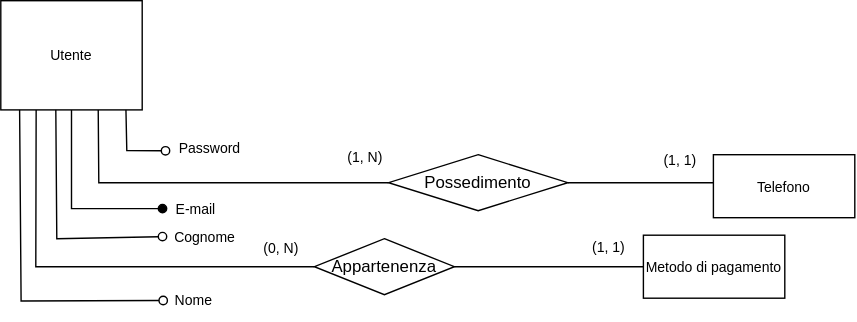
The draw.io diagram latex/resources/svg/page16.svg in eduardz1/Home-Booking, before a commit. Source tidied: cells renumbered, new cells last; positions are measured from the earlier drawing's top-left corner, leaving out a move shared by most shapes. Source of this version:
```xml
<mxGraphModel>
  <root>
    <mxCell id="0" />
    <mxCell id="1" parent="0" />
    <mxCell id="2" style="endArrow=none;html=1;rounded=0;align=center;verticalAlign=top;endFill=0;labelBackgroundColor=none;endSize=6;startArrow=oval;startFill=0;fontSize=10;entryX=0.389;entryY=0.988;entryDx=0;entryDy=0;exitX=0;exitY=0.5;exitDx=0;exitDy=0;entryPerimeter=0;" parent="1" edge="1" source="9" target="20">
      <mxGeometry relative="1" as="geometry">
        <Array as="points">
          <mxPoint x="40" y="170" />
        </Array>
      </mxGeometry>
    </mxCell>
    <mxCell id="3" style="endArrow=none;html=1;rounded=0;align=center;verticalAlign=top;endFill=0;labelBackgroundColor=none;endSize=6;startArrow=none;startFill=0;fontSize=10;exitX=0;exitY=0.5;exitDx=0;exitDy=0;entryX=0.689;entryY=0.999;entryDx=0;entryDy=0;entryPerimeter=0;" parent="1" edge="1" source="14" target="20">
      <mxGeometry relative="1" as="geometry">
        <Array as="points">
          <mxPoint x="70" y="130" />
        </Array>
      </mxGeometry>
    </mxCell>
    <mxCell id="4" value="(1, N)" style="edgeLabel;html=1;align=center;verticalAlign=middle;fontSize=10;rounded=0;" parent="3" vertex="1">
      <mxGeometry x="-0.53" relative="1" as="geometry">
        <mxPoint x="43" y="-18" as="offset" />
      </mxGeometry>
    </mxCell>
    <mxCell id="5" style="endArrow=none;html=1;rounded=0;align=center;verticalAlign=top;endFill=0;labelBackgroundColor=none;endSize=6;startArrow=none;startFill=0;fontSize=10;exitX=0;exitY=0.5;exitDx=0;exitDy=0;entryX=0.25;entryY=1;entryDx=0;entryDy=0;" parent="1" edge="1" source="15" target="20">
      <mxGeometry relative="1" as="geometry">
        <Array as="points">
          <mxPoint x="25" y="190" />
        </Array>
      </mxGeometry>
    </mxCell>
    <mxCell id="6" value="(0, N)" style="edgeLabel;html=1;align=center;verticalAlign=middle;fontSize=10;rounded=0;" parent="5" vertex="1">
      <mxGeometry x="-0.48" y="2" relative="1" as="geometry">
        <mxPoint x="57" y="-15" as="offset" />
      </mxGeometry>
    </mxCell>
    <mxCell id="7" style="endArrow=none;html=1;rounded=0;align=center;verticalAlign=top;endFill=0;labelBackgroundColor=none;endSize=6;startArrow=oval;startFill=0;fontSize=10;entryX=0.133;entryY=0.988;entryDx=0;entryDy=0;exitX=0;exitY=0.5;exitDx=0;exitDy=0;entryPerimeter=0;" parent="1" edge="1" source="11" target="20">
      <mxGeometry relative="1" as="geometry">
        <Array as="points">
          <mxPoint x="14.5" y="214.5" />
        </Array>
      </mxGeometry>
    </mxCell>
    <mxCell id="8" style="endArrow=none;html=1;rounded=0;align=center;verticalAlign=top;endFill=0;labelBackgroundColor=none;endSize=6;startArrow=oval;startFill=1;fontSize=10;exitX=0;exitY=0.5;exitDx=0;exitDy=0;entryX=0.5;entryY=1;entryDx=0;entryDy=0;" parent="1" edge="1" source="10" target="20">
      <mxGeometry relative="1" as="geometry">
        <Array as="points">
          <mxPoint x="50.5" y="148.5" />
        </Array>
      </mxGeometry>
    </mxCell>
    <mxCell id="9" value="Cognome" style="text;html=1;strokeColor=none;fillColor=none;align=center;verticalAlign=middle;whiteSpace=wrap;rounded=0;labelBackgroundColor=none;labelBorderColor=none;fontSize=10;" parent="1" vertex="1">
      <mxGeometry x="115.5" y="155" width="60" height="27" as="geometry" />
    </mxCell>
    <mxCell id="10" value="E-mail" style="text;html=1;strokeColor=none;fillColor=none;align=center;verticalAlign=middle;whiteSpace=wrap;rounded=0;labelBackgroundColor=none;labelBorderColor=none;fontSize=10;" parent="1" vertex="1">
      <mxGeometry x="115.5" y="135" width="47" height="27" as="geometry" />
    </mxCell>
    <mxCell id="11" value="Nome" style="text;html=1;strokeColor=none;fillColor=none;align=center;verticalAlign=middle;whiteSpace=wrap;rounded=0;labelBackgroundColor=none;labelBorderColor=none;fontSize=10;" parent="1" vertex="1">
      <mxGeometry x="116" y="199.5" width="44" height="29.3" as="geometry" />
    </mxCell>
    <mxCell id="12" value="Password" style="text;html=1;strokeColor=none;fillColor=none;align=center;verticalAlign=middle;whiteSpace=wrap;rounded=0;labelBackgroundColor=none;labelBorderColor=none;fontSize=10;" parent="1" vertex="1">
      <mxGeometry x="117" y="90" width="65" height="29.3" as="geometry" />
    </mxCell>
    <mxCell id="13" style="endArrow=none;html=1;rounded=0;align=center;verticalAlign=top;endFill=0;labelBackgroundColor=none;endSize=6;startArrow=oval;startFill=0;fontSize=10;entryX=0.885;entryY=0.995;entryDx=0;entryDy=0;exitX=0.01;exitY=0.588;exitDx=0;exitDy=0;exitPerimeter=0;entryPerimeter=0;" parent="1" edge="1" source="12" target="20">
      <mxGeometry relative="1" as="geometry">
        <Array as="points">
          <mxPoint x="90" y="107" />
        </Array>
      </mxGeometry>
    </mxCell>
    <mxCell id="14" value="Possedimento" style="rhombus;whiteSpace=wrap;html=1;" parent="1" vertex="1">
      <mxGeometry x="277" y="110" width="128" height="40" as="geometry" />
    </mxCell>
    <mxCell id="15" value="Appartenenza" style="rhombus;whiteSpace=wrap;html=1;" parent="1" vertex="1">
      <mxGeometry x="224" y="170" width="100" height="40" as="geometry" />
    </mxCell>
    <mxCell id="16" style="endArrow=none;html=1;rounded=0;align=center;verticalAlign=top;endFill=0;labelBackgroundColor=none;endSize=6;startArrow=none;startFill=0;fontSize=10;entryX=1;entryY=0.5;entryDx=0;entryDy=0;" parent="1" edge="1" target="14">
      <mxGeometry relative="1" as="geometry">
        <mxPoint x="509" y="130" as="sourcePoint" />
      </mxGeometry>
    </mxCell>
    <mxCell id="17" style="endArrow=none;html=1;rounded=0;align=center;verticalAlign=top;endFill=0;labelBackgroundColor=none;endSize=6;startArrow=none;startFill=0;fontSize=10;entryX=1;entryY=0.5;entryDx=0;entryDy=0;exitX=0;exitY=0.5;exitDx=0;exitDy=0;" parent="1" edge="1" source="18" target="15">
      <mxGeometry relative="1" as="geometry" />
    </mxCell>
    <mxCell id="18" value="Metodo di pagamento" style="rounded=0;whiteSpace=wrap;html=1;fontSize=10;" parent="1" vertex="1">
      <mxGeometry x="459" y="167.5" width="101" height="45" as="geometry" />
    </mxCell>
    <mxCell id="19" value="Telefono" style="rounded=0;whiteSpace=wrap;html=1;fontSize=10;" parent="1" vertex="1">
      <mxGeometry x="509" y="110" width="101" height="45" as="geometry" />
    </mxCell>
    <mxCell id="20" value="&lt;font style=&quot;font-size: 10px;&quot;&gt;Utente&lt;/font&gt;" style="rounded=0;whiteSpace=wrap;html=1;fontSize=10;" parent="1" vertex="1">
      <mxGeometry width="101" height="78" as="geometry" />
    </mxCell>
    <mxCell id="21" value="(1, 1)" style="edgeLabel;html=1;align=center;verticalAlign=middle;fontSize=10;rounded=0;" parent="1" vertex="1">
      <mxGeometry x="490" y="114" as="geometry">
        <mxPoint x="-5" as="offset" />
      </mxGeometry>
    </mxCell>
    <mxCell id="22" value="(1, 1)" style="edgeLabel;html=1;align=center;verticalAlign=middle;fontSize=10;rounded=0;" parent="1" vertex="1">
      <mxGeometry x="439" y="176" as="geometry">
        <mxPoint x="-5" as="offset" />
      </mxGeometry>
    </mxCell>
  </root>
</mxGraphModel>
```
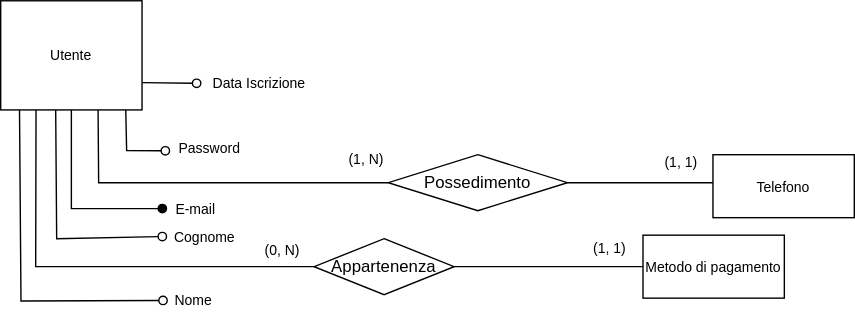
The same diagram one commit later.

What changed in the source:
```diff
@@ -99,5 +99,11 @@
         <mxPoint x="-5" as="offset" />
       </mxGeometry>
     </mxCell>
+    <mxCell id="23" value="Data Iscrizione" style="text;html=1;strokeColor=none;fillColor=none;align=center;verticalAlign=middle;whiteSpace=wrap;rounded=0;labelBackgroundColor=none;labelBorderColor=none;fontSize=10;" parent="1" vertex="1">
+      <mxGeometry x="140" y="47" width="90" height="24" as="geometry" />
+    </mxCell>
+    <mxCell id="24" style="endArrow=none;html=1;rounded=0;align=center;verticalAlign=top;endFill=0;labelBackgroundColor=none;endSize=6;startArrow=oval;startFill=0;fontSize=10;entryX=1;entryY=0.75;entryDx=0;entryDy=0;exitX=0;exitY=0.5;exitDx=0;exitDy=0;" parent="1" edge="1" source="23" target="20">
+      <mxGeometry relative="1" as="geometry" />
+    </mxCell>
   </root>
 </mxGraphModel>
```
